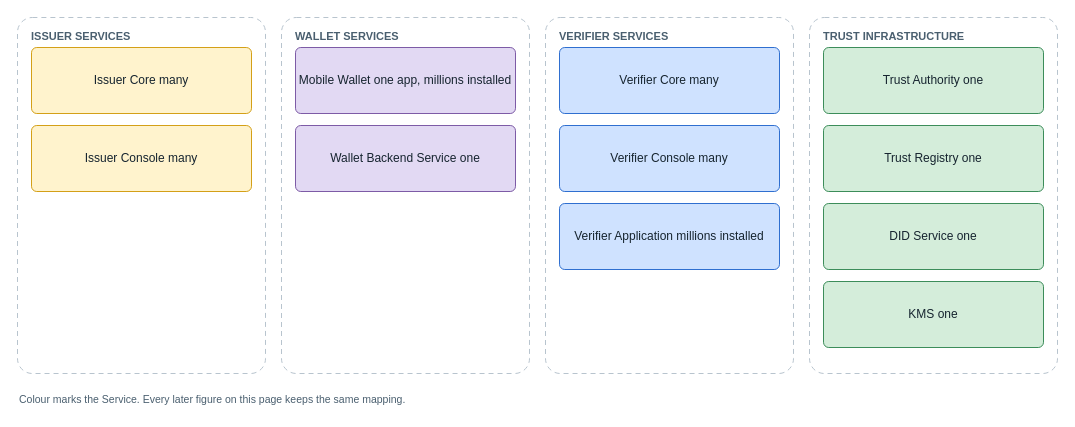
This is images/architecture-framework/high-level-architecture/module-map.drawio from id-verifiable-credential-dev/id-doc-idctf, a draw.io file, before an edit. Source tidied: cells renumbered, new cells numbered last; positions are measured from the earlier drawing's top-left corner, leaving out a move shared by most shapes. Both pictures are drawn from the tidied source at 100%, with x=0, y=0 at pixel (17, 17).
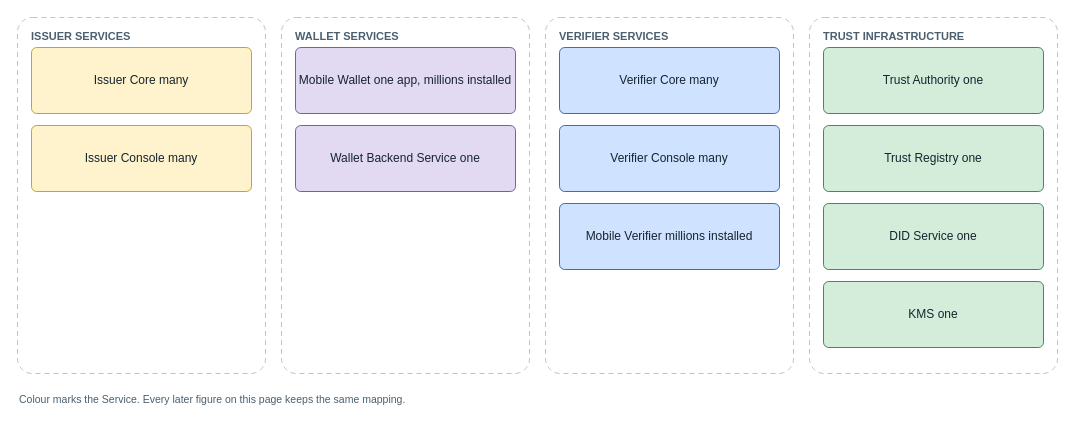
Above is the later version.

The edit, as a diff of the source:
```diff
@@
 <mxGraphModel>
   <root>
     <mxCell id="0" />
     <mxCell id="1" parent="0" />
     <mxCell id="2" value="ISSUER SERVICES" style="rounded=1;arcSize=6;fillColor=none;strokeColor=#b8c4ce;dashed=1;dashPattern=5 4;verticalAlign=top;align=left;spacingLeft=12;spacingTop=6;fontSize=11;fontStyle=1;fontColor=#4a5f6f;html=1;" parent="1" vertex="1">
       <mxGeometry width="248" height="356" as="geometry" />
     </mxCell>
     <mxCell id="3" value="Issuer Core many" style="rounded=1;arcSize=8;fillColor=#fff3cd;strokeColor=#d4a017;fontSize=12;fontColor=#16242f;html=1;whiteSpace=wrap;verticalAlign=middle;" parent="1" vertex="1">
       <mxGeometry x="14" y="30" width="220" height="66" as="geometry" />
     </mxCell>
     <mxCell id="4" value="Issuer Console many" style="rounded=1;arcSize=8;fillColor=#fff3cd;strokeColor=#d4a017;fontSize=12;fontColor=#16242f;html=1;whiteSpace=wrap;verticalAlign=middle;" parent="1" vertex="1">
       <mxGeometry x="14" y="108" width="220" height="66" as="geometry" />
     </mxCell>
     <mxCell id="5" value="WALLET SERVICES" style="rounded=1;arcSize=6;fillColor=none;strokeColor=#b8c4ce;dashed=1;dashPattern=5 4;verticalAlign=top;align=left;spacingLeft=12;spacingTop=6;fontSize=11;fontStyle=1;fontColor=#4a5f6f;html=1;" parent="1" vertex="1">
       <mxGeometry x="264" width="248" height="356" as="geometry" />
     </mxCell>
     <mxCell id="6" value="Mobile Wallet one app, millions installed" style="rounded=1;arcSize=8;fillColor=#e2d9f3;strokeColor=#7d5ba6;fontSize=12;fontColor=#16242f;html=1;whiteSpace=wrap;verticalAlign=middle;" parent="1" vertex="1">
       <mxGeometry x="278" y="30" width="220" height="66" as="geometry" />
     </mxCell>
     <mxCell id="7" value="Wallet Backend Service one" style="rounded=1;arcSize=8;fillColor=#e2d9f3;strokeColor=#7d5ba6;fontSize=12;fontColor=#16242f;html=1;whiteSpace=wrap;verticalAlign=middle;" parent="1" vertex="1">
       <mxGeometry x="278" y="108" width="220" height="66" as="geometry" />
     </mxCell>
     <mxCell id="8" value="VERIFIER SERVICES" style="rounded=1;arcSize=6;fillColor=none;strokeColor=#b8c4ce;dashed=1;dashPattern=5 4;verticalAlign=top;align=left;spacingLeft=12;spacingTop=6;fontSize=11;fontStyle=1;fontColor=#4a5f6f;html=1;" parent="1" vertex="1">
       <mxGeometry x="528" width="248" height="356" as="geometry" />
     </mxCell>
     <mxCell id="9" value="Verifier Core many" style="rounded=1;arcSize=8;fillColor=#cfe2ff;strokeColor=#2f6fd0;fontSize=12;fontColor=#16242f;html=1;whiteSpace=wrap;verticalAlign=middle;" parent="1" vertex="1">
       <mxGeometry x="542" y="30" width="220" height="66" as="geometry" />
     </mxCell>
     <mxCell id="10" value="Verifier Console many" style="rounded=1;arcSize=8;fillColor=#cfe2ff;strokeColor=#2f6fd0;fontSize=12;fontColor=#16242f;html=1;whiteSpace=wrap;verticalAlign=middle;" parent="1" vertex="1">
       <mxGeometry x="542" y="108" width="220" height="66" as="geometry" />
     </mxCell>
-    <mxCell id="11" value="Verifier Application millions installed" style="rounded=1;arcSize=8;fillColor=#cfe2ff;strokeColor=#2f6fd0;fontSize=12;fontColor=#16242f;html=1;whiteSpace=wrap;verticalAlign=middle;" parent="1" vertex="1">
+    <mxCell id="11" value="Mobile Verifier millions installed" style="rounded=1;arcSize=8;fillColor=#cfe2ff;strokeColor=#2f6fd0;fontSize=12;fontColor=#16242f;html=1;whiteSpace=wrap;verticalAlign=middle;" parent="1" vertex="1">
       <mxGeometry x="542" y="186" width="220" height="66" as="geometry" />
     </mxCell>
     <mxCell id="12" value="TRUST INFRASTRUCTURE" style="rounded=1;arcSize=6;fillColor=none;strokeColor=#b8c4ce;dashed=1;dashPattern=5 4;verticalAlign=top;align=left;spacingLeft=12;spacingTop=6;fontSize=11;fontStyle=1;fontColor=#4a5f6f;html=1;" parent="1" vertex="1">
       <mxGeometry x="792" width="248" height="356" as="geometry" />
     </mxCell>
     <mxCell id="13" value="Trust Authority one" style="rounded=1;arcSize=8;fillColor=#d4edda;strokeColor=#3c8d5a;fontSize=12;fontColor=#16242f;html=1;whiteSpace=wrap;verticalAlign=middle;" parent="1" vertex="1">
       <mxGeometry x="806" y="30" width="220" height="66" as="geometry" />
     </mxCell>
     <mxCell id="14" value="Trust Registry one" style="rounded=1;arcSize=8;fillColor=#d4edda;strokeColor=#3c8d5a;fontSize=12;fontColor=#16242f;html=1;whiteSpace=wrap;verticalAlign=middle;" parent="1" vertex="1">
       <mxGeometry x="806" y="108" width="220" height="66" as="geometry" />
     </mxCell>
     <mxCell id="15" value="DID Service one" style="rounded=1;arcSize=8;fillColor=#d4edda;strokeColor=#3c8d5a;fontSize=12;fontColor=#16242f;html=1;whiteSpace=wrap;verticalAlign=middle;" parent="1" vertex="1">
       <mxGeometry x="806" y="186" width="220" height="66" as="geometry" />
     </mxCell>
     <mxCell id="16" value="KMS one" style="rounded=1;arcSize=8;fillColor=#d4edda;strokeColor=#3c8d5a;fontSize=12;fontColor=#16242f;html=1;whiteSpace=wrap;verticalAlign=middle;" parent="1" vertex="1">
       <mxGeometry x="806" y="264" width="220" height="66" as="geometry" />
     </mxCell>
     <mxCell id="17" value="Colour marks the Service. Every later figure on this page keeps the same mapping." style="text;html=1;strokeColor=none;fillColor=none;align=left;verticalAlign=middle;fontSize=10.5;fontColor=#4a5f6f;fontStyle=0;" parent="1" vertex="1">
       <mxGeometry y="372" width="220" height="20" as="geometry" />
     </mxCell>
   </root>
 </mxGraphModel>
```
